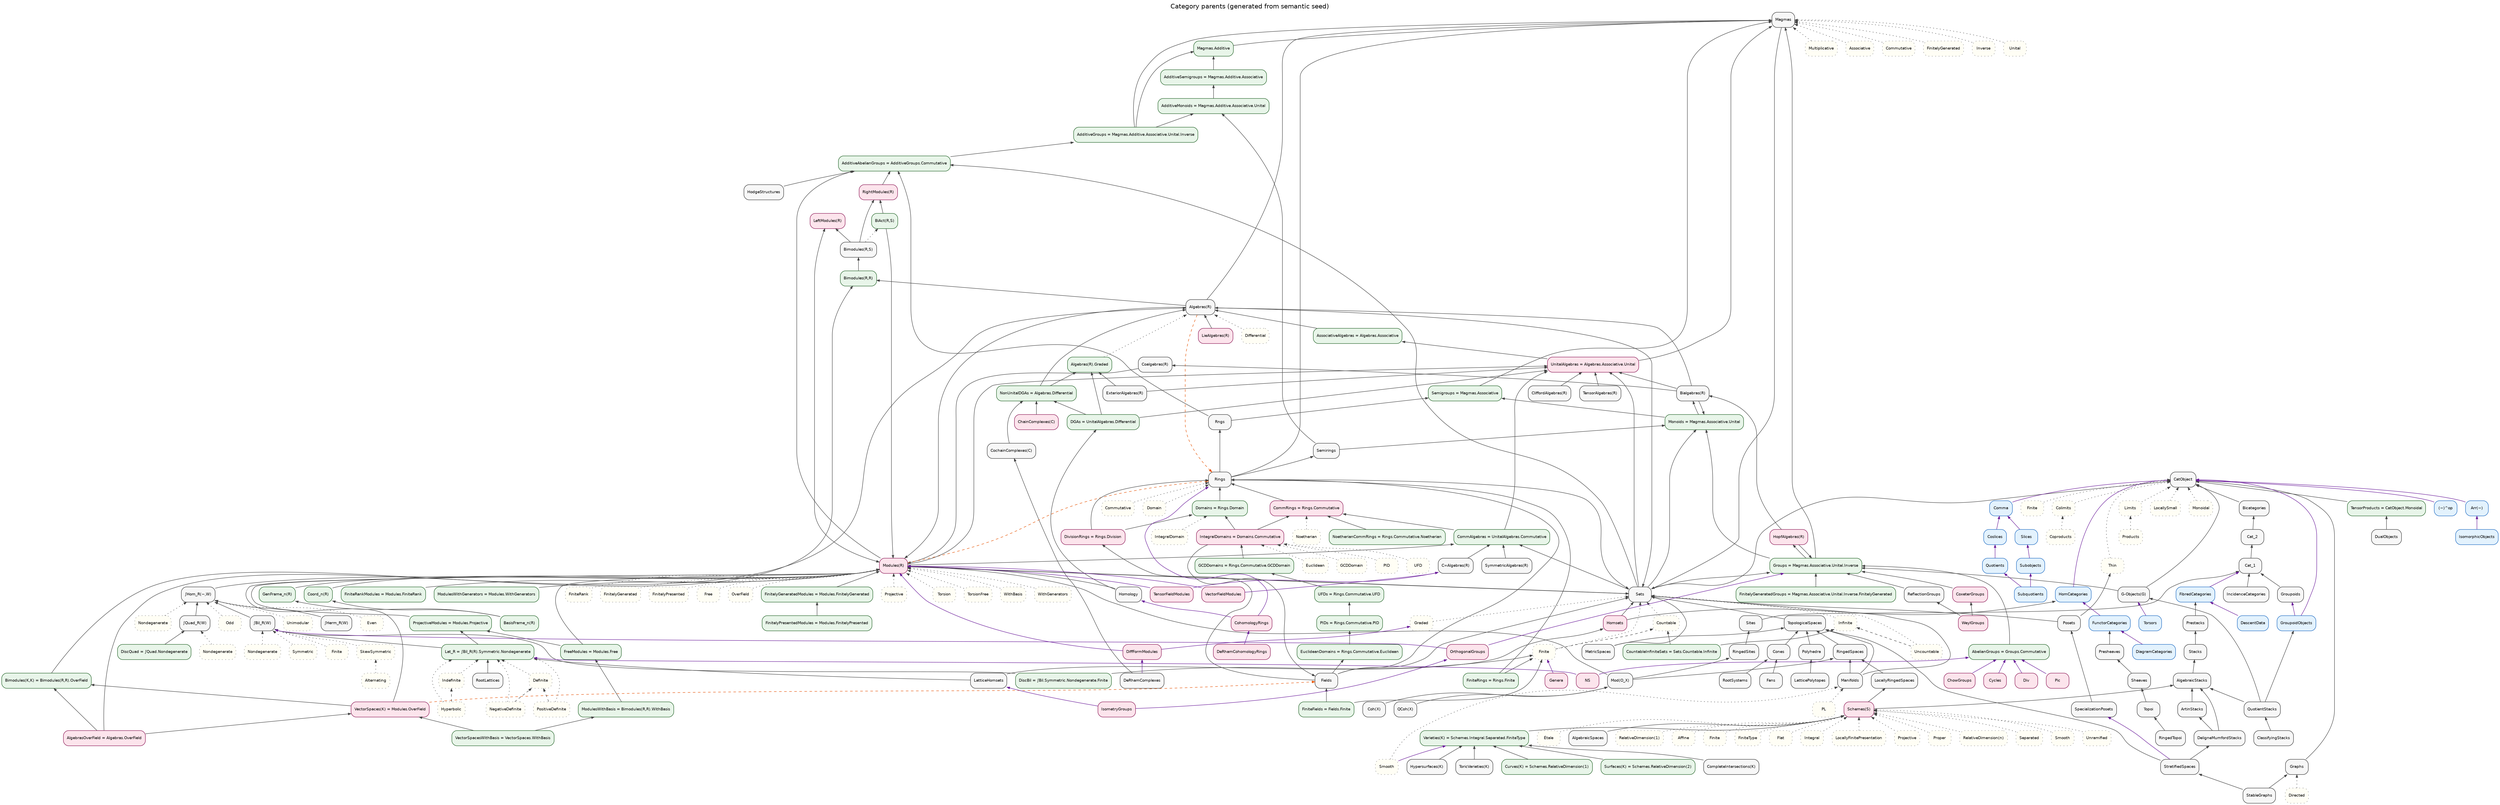
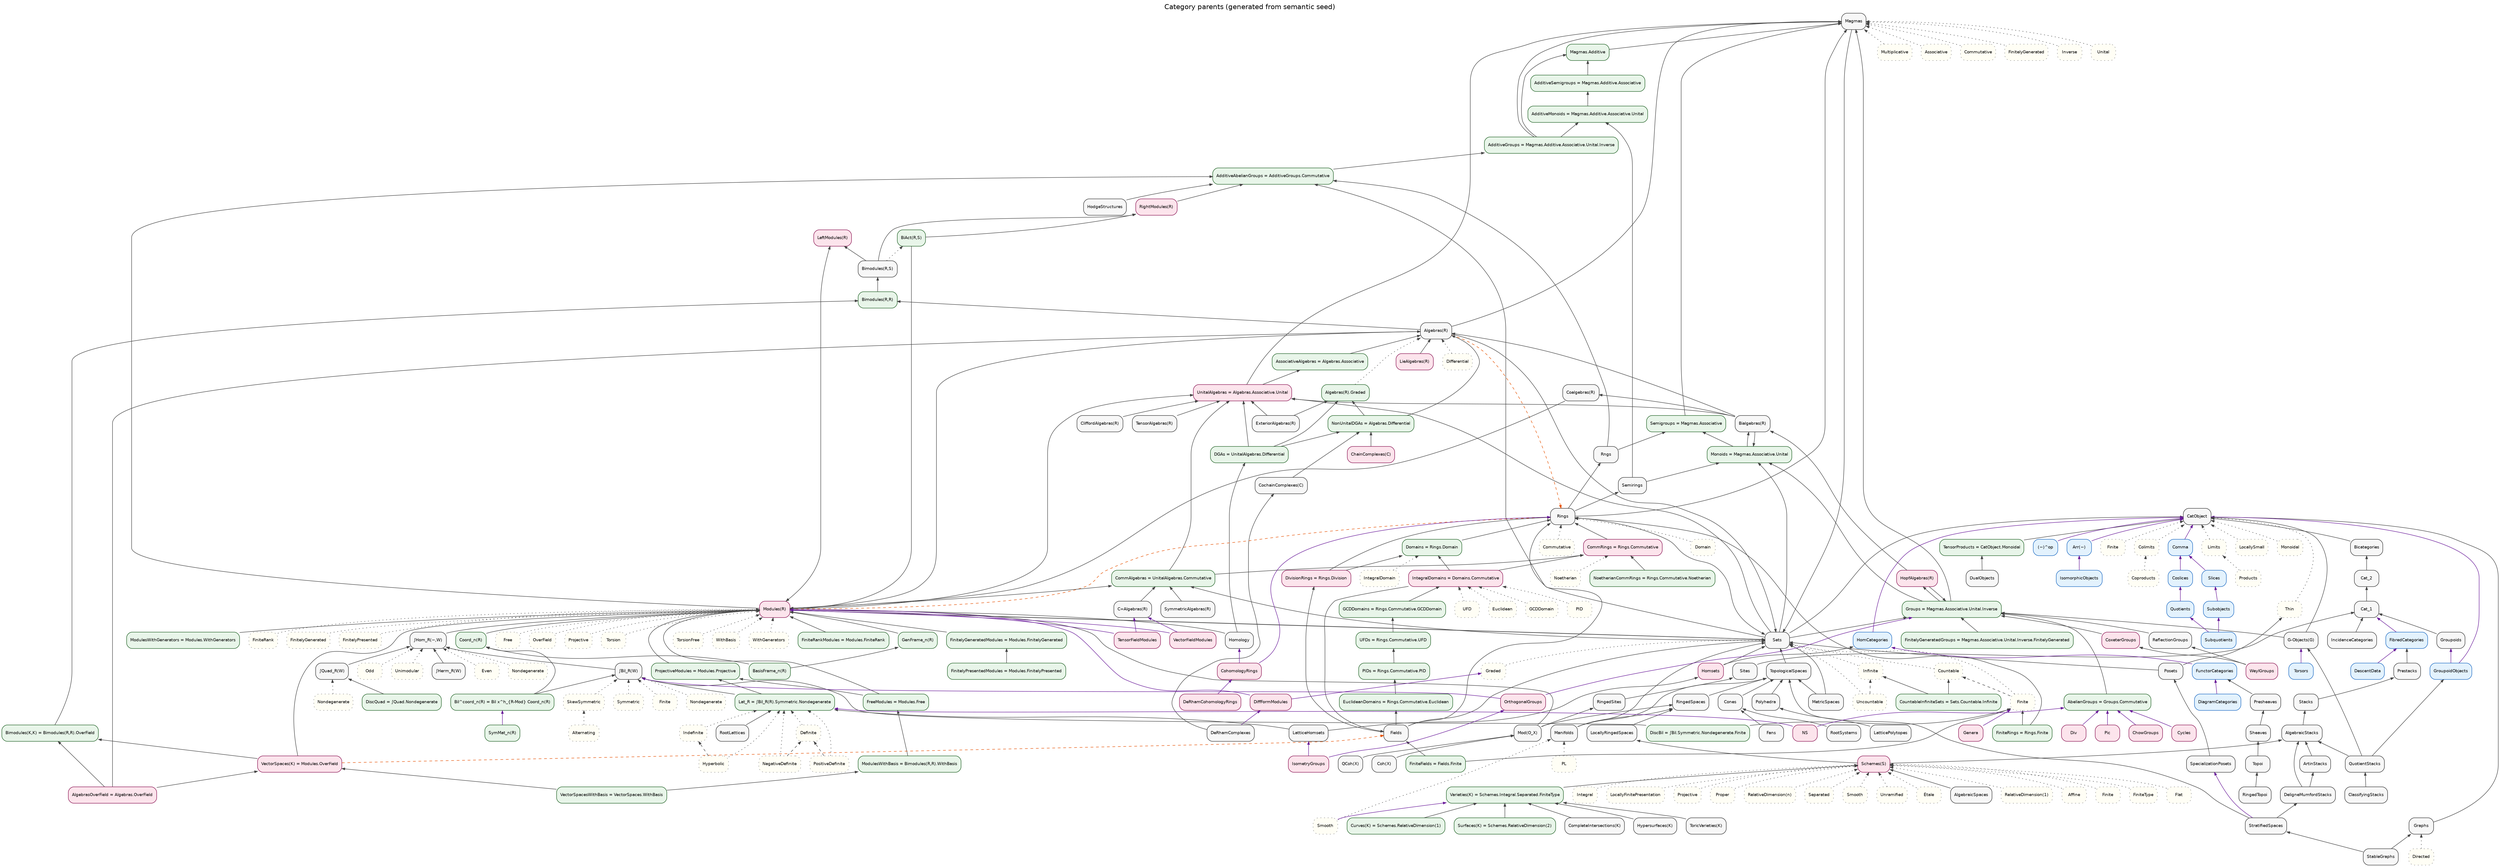
// GENERATED from semantic_seed/ — semantic presentation view.
// Authoritative: design/normalized_category_graph/semantic_seed/
// Factory/viz layout: category_parent_graph.dot (hand; see .hand.dot)

digraph CategoryParents {
  graph [
    rankdir=BT
    labelloc=t
    label="Category parents (generated from semantic seed)"
    fontsize=15
    fontname="Helvetica"
    nodesep=0.28
    ranksep=0.45
    splines=true
  ];
  node [
    shape=box
    style="rounded,filled"
    fontname="Helvetica"
    fontsize=9
    fillcolor="#f7f7f7"
    color="#333333"
  ];
  edge [color="#444444", arrowsize=0.65];

  // --- category_family ---
  AlgebraicSpaces [style="rounded,filled", fillcolor="#f7f7f7", color="#333333", id="cat.algebraicspaces", kind="category_family"];
  AlgebraicStacks [style="rounded,filled", fillcolor="#f7f7f7", color="#333333", id="cat.algebraicstacks", kind="category_family"];
  "Algebras(R)" [style="rounded,filled", fillcolor="#f7f7f7", color="#333333", id="cat.algebras_r", kind="category_family"];
  ArtinStacks [style="rounded,filled", fillcolor="#f7f7f7", color="#333333", id="cat.artinstacks", kind="category_family"];
  "Bialgebras(R)" [style="rounded,filled", fillcolor="#f7f7f7", color="#333333", id="cat.bialgebras_r", kind="category_family"];
  Bicategories [style="rounded,filled", fillcolor="#f7f7f7", color="#333333", id="cat.bicategories", kind="category_family"];
  "Bimodules(R,S)" [style="rounded,filled", fillcolor="#f7f7f7", color="#333333", id="cat.bimodules_r_s", kind="category_family"];
  CatObject [style="rounded,filled", fillcolor="#f7f7f7", color="#333333", id="cat.cat_object", kind="category_family"];
  Cat_1 [style="rounded,filled", fillcolor="#f7f7f7", color="#333333", id="cat.cat_1", kind="category_family"];
  Cat_2 [style="rounded,filled", fillcolor="#f7f7f7", color="#333333", id="cat.cat_2", kind="category_family"];
  "ChainComplexes(C)" [style="rounded,filled", fillcolor="#f7f7f7", color="#333333", id="cat.chaincomplexes", kind="category_family"];
  ClassifyingStacks [style="rounded,filled", fillcolor="#f7f7f7", color="#333333", id="cat.classifyingstacks", kind="category_family"];
  "CliffordAlgebras(R)" [style="rounded,filled", fillcolor="#f7f7f7", color="#333333", id="cat.cliffordalgebras", kind="category_family"];
  "Coalgebras(R)" [style="rounded,filled", fillcolor="#f7f7f7", color="#333333", id="cat.coalgebras_r", kind="category_family"];
  "CochainComplexes(C)" [style="rounded,filled", fillcolor="#f7f7f7", color="#333333", id="cat.cochaincomplexes", kind="category_family"];
  "Coh(X)" [style="rounded,filled", fillcolor="#f7f7f7", color="#333333", id="cat.coh", kind="category_family"];
  "CompleteIntersections(K)" [style="rounded,filled", fillcolor="#f7f7f7", color="#333333", id="cat.completeintersections", kind="category_family"];
  Cones [style="rounded,filled", fillcolor="#f7f7f7", color="#333333", id="cat.cones", kind="category_family"];
  CoxeterGroups [style="rounded,filled", fillcolor="#f7f7f7", color="#333333", id="cat.coxeter_groups", kind="category_family"];
  "C∞Algebras(R)" [style="rounded,filled", fillcolor="#f7f7f7", color="#333333", id="cat.cinftyalgebras", kind="category_family"];
  DeRhamComplexes [style="rounded,filled", fillcolor="#f7f7f7", color="#333333", id="cat.derhamcomplexes", kind="category_family"];
  DeligneMumfordStacks [style="rounded,filled", fillcolor="#f7f7f7", color="#333333", id="cat.delignemumfordstacks", kind="category_family"];
  DualObjects [style="rounded,filled", fillcolor="#f7f7f7", color="#333333", id="cat.dualobjects", kind="category_family"];
  "ExteriorAlgebras(R)" [style="rounded,filled", fillcolor="#f7f7f7", color="#333333", id="cat.exterioralgebras", kind="category_family"];
  Fans [style="rounded,filled", fillcolor="#f7f7f7", color="#333333", id="cat.fans", kind="category_family"];
  Fields [style="rounded,filled", fillcolor="#f7f7f7", color="#333333", id="cat.fields", kind="category_family"];
  "G-Objects(G)" [style="rounded,filled", fillcolor="#f7f7f7", color="#333333", id="cat.g_objects", kind="category_family"];
  Graphs [style="rounded,filled", fillcolor="#f7f7f7", color="#333333", id="cat.graphs", kind="category_family"];
  Groupoids [style="rounded,filled", fillcolor="#f7f7f7", color="#333333", id="cat.groupoids", kind="category_family"];
  HodgeStructures [style="rounded,filled", fillcolor="#f7f7f7", color="#333333", id="cat.hodgestructures", kind="category_family"];
  Homology [style="rounded,filled", fillcolor="#f7f7f7", color="#333333", id="cat.homology", kind="category_family"];
  Homsets [style="rounded,filled", fillcolor="#f7f7f7", color="#333333", id="cat.homsets", kind="category_family"];
  "HopfAlgebras(R)" [style="rounded,filled", fillcolor="#f7f7f7", color="#333333", id="cat.hopf_algebras_r", kind="category_family"];
  "Hypersurfaces(K)" [style="rounded,filled", fillcolor="#f7f7f7", color="#333333", id="cat.hypersurfaces", kind="category_family"];
  IncidenceCategories [style="rounded,filled", fillcolor="#f7f7f7", color="#333333", id="cat.incidencecategories", kind="category_family"];
  LatticeHomsets [style="rounded,filled", fillcolor="#f7f7f7", color="#333333", id="cat.latticehomsets", kind="category_family"];
  LatticePolytopes [style="rounded,filled", fillcolor="#f7f7f7", color="#333333", id="cat.latticepolytopes", kind="category_family"];
  "LieAlgebras(R)" [style="rounded,filled", fillcolor="#f7f7f7", color="#333333", id="cat.lie_algebras_r", kind="category_family"];
  LocallyRingedSpaces [style="rounded,filled", fillcolor="#f7f7f7", color="#333333", id="cat.locallyringedspaces", kind="category_family"];
  Magmas [style="rounded,filled", fillcolor="#f7f7f7", color="#333333", id="cat.magmas", kind="category_family"];
  Manifolds [style="rounded,filled", fillcolor="#f7f7f7", color="#333333", id="cat.manifolds", kind="category_family"];
  MetricSpaces [style="rounded,filled", fillcolor="#f7f7f7", color="#333333", id="cat.metricspaces", kind="category_family"];
  "Mod(O_X)" [style="rounded,filled", fillcolor="#f7f7f7", color="#333333", id="cat.mod", kind="category_family"];
  "Modules(R)" [style="rounded,filled", fillcolor="#f7f7f7", color="#333333", id="cat.modules_r", kind="category_family"];
  Polyhedra [style="rounded,filled", fillcolor="#f7f7f7", color="#333333", id="cat.polyhedra", kind="category_family"];
  Posets [style="rounded,filled", fillcolor="#f7f7f7", color="#333333", id="cat.posets", kind="category_family"];
  Presheaves [style="rounded,filled", fillcolor="#f7f7f7", color="#333333", id="cat.presheaves", kind="category_family"];
  Prestacks [style="rounded,filled", fillcolor="#f7f7f7", color="#333333", id="cat.prestacks", kind="category_family"];
  "QCoh(X)" [style="rounded,filled", fillcolor="#f7f7f7", color="#333333", id="cat.qcoh", kind="category_family"];
  QuotientStacks [style="rounded,filled", fillcolor="#f7f7f7", color="#333333", id="cat.quotientstacks", kind="category_family"];
  ReflectionGroups [style="rounded,filled", fillcolor="#f7f7f7", color="#333333", id="cat.reflectiongroups", kind="category_family"];
  RingedSites [style="rounded,filled", fillcolor="#f7f7f7", color="#333333", id="cat.ringedsites", kind="category_family"];
  RingedSpaces [style="rounded,filled", fillcolor="#f7f7f7", color="#333333", id="cat.ringedspaces", kind="category_family"];
  RingedTopoi [style="rounded,filled", fillcolor="#f7f7f7", color="#333333", id="cat.ringedtopoi", kind="category_family"];
  Rings [style="rounded,filled", fillcolor="#f7f7f7", color="#333333", id="cat.rings", kind="category_family"];
  Rngs [style="rounded,filled", fillcolor="#f7f7f7", color="#333333", id="cat.rngs", kind="category_family"];
  RootLattices [style="rounded,filled", fillcolor="#f7f7f7", color="#333333", id="cat.rootlattices", kind="category_family"];
  RootSystems [style="rounded,filled", fillcolor="#f7f7f7", color="#333333", id="cat.rootsystems", kind="category_family"];
  "Schemes(S)" [style="rounded,filled", fillcolor="#f7f7f7", color="#333333", id="cat.schemes_s", kind="category_family"];
  Semirings [style="rounded,filled", fillcolor="#f7f7f7", color="#333333", id="cat.semirings", kind="category_family"];
  Sets [style="rounded,filled", fillcolor="#f7f7f7", color="#333333", id="cat.sets", kind="category_family"];
  Sheaves [style="rounded,filled", fillcolor="#f7f7f7", color="#333333", id="cat.sheaves", kind="category_family"];
  Sites [style="rounded,filled", fillcolor="#f7f7f7", color="#333333", id="cat.sites", kind="category_family"];
  SpecializationPosets [style="rounded,filled", fillcolor="#f7f7f7", color="#333333", id="cat.specializationposets", kind="category_family"];
  StableGraphs [style="rounded,filled", fillcolor="#f7f7f7", color="#333333", id="cat.stablegraphs", kind="category_family"];
  Stacks [style="rounded,filled", fillcolor="#f7f7f7", color="#333333", id="cat.stacks", kind="category_family"];
  StratifiedSpaces [style="rounded,filled", fillcolor="#f7f7f7", color="#333333", id="cat.stratifiedspaces", kind="category_family"];
  "SymmetricAlgebras(R)" [style="rounded,filled", fillcolor="#f7f7f7", color="#333333", id="cat.symmetricalgebras", kind="category_family"];
  "TensorAlgebras(R)" [style="rounded,filled", fillcolor="#f7f7f7", color="#333333", id="cat.tensoralgebras", kind="category_family"];
  Topoi [style="rounded,filled", fillcolor="#f7f7f7", color="#333333", id="cat.topoi", kind="category_family"];
  TopologicalSpaces [style="rounded,filled", fillcolor="#f7f7f7", color="#333333", id="cat.topologicalspaces", kind="category_family"];
  "ToricVarieties(K)" [style="rounded,filled", fillcolor="#f7f7f7", color="#333333", id="cat.toricvarieties", kind="category_family"];
  WeylGroups [style="rounded,filled", fillcolor="#f7f7f7", color="#333333", id="cat.weyl_groups", kind="category_family"];
  "∫Bil_R(W)" [style="rounded,filled", fillcolor="#f7f7f7", color="#333333", id="cat.int_bil_r", kind="category_family"];
  "∫Herm_R(W)" [style="rounded,filled", fillcolor="#f7f7f7", color="#333333", id="cat.int_herm_r", kind="category_family"];
  "∫Hom_R(−,W)" [style="rounded,filled", fillcolor="#f7f7f7", color="#333333", id="cat.int_hom_r", kind="category_family"];
  "∫Quad_R(W)" [style="rounded,filled", fillcolor="#f7f7f7", color="#333333", id="cat.int_quad_r", kind="category_family"];

  // --- derived_category ---
  "AbelianGroups = Groups.Commutative" [style="rounded,filled", fillcolor="#e8f5e9", color="#1b5e20", id="cat.abelian_groups", kind="derived_category"];
  "AdditiveAbelianGroups = AdditiveGroups.Commutative" [style="rounded,filled", fillcolor="#e8f5e9", color="#1b5e20", id="cat.additive_abelian_groups", kind="derived_category"];
  "AdditiveGroups = Magmas.Additive.Associative.Unital.Inverse" [style="rounded,filled", fillcolor="#e8f5e9", color="#1b5e20", id="cat.additive_groups", kind="derived_category"];
  "AdditiveMonoids = Magmas.Additive.Associative.Unital" [style="rounded,filled", fillcolor="#e8f5e9", color="#1b5e20", id="cat.additive_monoids", kind="derived_category"];
  "AdditiveSemigroups = Magmas.Additive.Associative" [style="rounded,filled", fillcolor="#e8f5e9", color="#1b5e20", id="cat.additive_semigroups", kind="derived_category"];
  "Algebras(R).Graded" [style="rounded,filled", fillcolor="#e8f5e9", color="#1b5e20", id="cat.algebras_r.graded", kind="derived_category"];
  "AlgebrasOverField = Algebras.OverField" [style="rounded,filled", fillcolor="#e8f5e9", color="#1b5e20", id="cat.algebras_over_field", kind="derived_category"];
  "AssociativeAlgebras = Algebras.Associative" [style="rounded,filled", fillcolor="#e8f5e9", color="#1b5e20", id="cat.associativealgebras", kind="derived_category"];
  "BasisFrame_n(R)" [style="rounded,filled", fillcolor="#e8f5e9", color="#1b5e20", id="cat.basisframe_n_r", kind="derived_category"];
  "BiAct(R,S)" [style="rounded,filled", fillcolor="#e8f5e9", color="#1b5e20", id="cat.biact_r_s", kind="derived_category"];
+   "Bil^coord_n(R) = Bil x^h_{R-Mod} Coord_n(R)" [style="rounded,filled", fillcolor="#e8f5e9", color="#1b5e20", id="cat.bil_coord_n_r", kind="derived_category"];
  "Bimodules(K,K) = Bimodules(R,R).OverField" [style="rounded,filled", fillcolor="#e8f5e9", color="#1b5e20", id="cat.bimodules_k_k", kind="derived_category"];
  "Bimodules(R,R)" [style="rounded,filled", fillcolor="#e8f5e9", color="#1b5e20", id="cat.bimodules_r_r", kind="derived_category"];
  "CommAlgebras = UnitalAlgebras.Commutative" [style="rounded,filled", fillcolor="#e8f5e9", color="#1b5e20", id="cat.commutative_algebras", kind="derived_category"];
  "CommRings = Rings.Commutative" [style="rounded,filled", fillcolor="#e8f5e9", color="#1b5e20", id="cat.commutative_rings", kind="derived_category"];
  "Coord_n(R)" [style="rounded,filled", fillcolor="#e8f5e9", color="#1b5e20", id="cat.coord_n_r", kind="derived_category"];
  "CountableInfiniteSets = Sets.Countable.Infinite" [style="rounded,filled", fillcolor="#e8f5e9", color="#1b5e20", id="cat.countableinfinitesets", kind="derived_category"];
  "Curves(K) = Schemes.RelativeDimension(1)" [style="rounded,filled", fillcolor="#e8f5e9", color="#1b5e20", id="cat.curves", kind="derived_category"];
  "DGAs = UnitalAlgebras.Differential" [style="rounded,filled", fillcolor="#e8f5e9", color="#1b5e20", id="cat.dgas", kind="derived_category"];
  "DiscBil = ∫Bil.Symmetric.Nondegenerate.Finite" [style="rounded,filled", fillcolor="#e8f5e9", color="#1b5e20", id="cat.discbil", kind="derived_category"];
  "DiscQuad = ∫Quad.Nondegenerate" [style="rounded,filled", fillcolor="#e8f5e9", color="#1b5e20", id="cat.discquad", kind="derived_category"];
  "DivisionRings = Rings.Division" [style="rounded,filled", fillcolor="#e8f5e9", color="#1b5e20", id="cat.division_rings", kind="derived_category"];
  "Domains = Rings.Domain" [style="rounded,filled", fillcolor="#e8f5e9", color="#1b5e20", id="cat.domains", kind="derived_category"];
  "EuclideanDomains = Rings.Commutative.Euclidean" [style="rounded,filled", fillcolor="#e8f5e9", color="#1b5e20", id="cat.euclidean_domains", kind="derived_category"];
  "FiniteFields = Fields.Finite" [style="rounded,filled", fillcolor="#e8f5e9", color="#1b5e20", id="cat.finite_fields", kind="derived_category"];
  "FiniteRankModules = Modules.FiniteRank" [style="rounded,filled", fillcolor="#e8f5e9", color="#1b5e20", id="cat.finiterankmodules", kind="derived_category"];
  "FiniteRings = Rings.Finite" [style="rounded,filled", fillcolor="#e8f5e9", color="#1b5e20", id="cat.finite_rings", kind="derived_category"];
  "FinitelyGeneratedGroups = Magmas.Associative.Unital.Inverse.FinitelyGenerated" [style="rounded,filled", fillcolor="#e8f5e9", color="#1b5e20", id="cat.finitelygeneratedgroups", kind="derived_category"];
  "FinitelyGeneratedModules = Modules.FinitelyGenerated" [style="rounded,filled", fillcolor="#e8f5e9", color="#1b5e20", id="cat.finitelygeneratedmodules", kind="derived_category"];
  "FinitelyPresentedModules = Modules.FinitelyPresented" [style="rounded,filled", fillcolor="#e8f5e9", color="#1b5e20", id="cat.finitelypresentedmodules", kind="derived_category"];
  "FreeModules = Modules.Free" [style="rounded,filled", fillcolor="#e8f5e9", color="#1b5e20", id="cat.freemodules", kind="derived_category"];
  "GCDDomains = Rings.Commutative.GCDDomain" [style="rounded,filled", fillcolor="#e8f5e9", color="#1b5e20", id="cat.gcd_domains", kind="derived_category"];
  "GenFrame_n(R)" [style="rounded,filled", fillcolor="#e8f5e9", color="#1b5e20", id="cat.genframe_n_r", kind="derived_category"];
  "Groups = Magmas.Associative.Unital.Inverse" [style="rounded,filled", fillcolor="#e8f5e9", color="#1b5e20", id="cat.groups", kind="derived_category"];
  "IntegralDomains = Domains.Commutative" [style="rounded,filled", fillcolor="#e8f5e9", color="#1b5e20", id="cat.integral_domains", kind="derived_category"];
  "Lat_R = ∫Bil_R(R).Symmetric.Nondegenerate" [style="rounded,filled", fillcolor="#e8f5e9", color="#1b5e20", id="cat.lat_r", kind="derived_category"];
  "Magmas.Additive" [style="rounded,filled", fillcolor="#e8f5e9", color="#1b5e20", id="cat.additive_magmas", kind="derived_category"];
  "ModulesWithBasis = Bimodules(R,R).WithBasis" [style="rounded,filled", fillcolor="#e8f5e9", color="#1b5e20", id="cat.modules_with_basis", kind="derived_category"];
  "ModulesWithGenerators = Modules.WithGenerators" [style="rounded,filled", fillcolor="#e8f5e9", color="#1b5e20", id="cat.moduleswithgenerators", kind="derived_category"];
  "Monoids = Magmas.Associative.Unital" [style="rounded,filled", fillcolor="#e8f5e9", color="#1b5e20", id="cat.monoids", kind="derived_category"];
  "NoetherianCommRings = Rings.Commutative.Noetherian" [style="rounded,filled", fillcolor="#e8f5e9", color="#1b5e20", id="cat.noetheriancommrings", kind="derived_category"];
  "NonUnitalDGAs = Algebras.Differential" [style="rounded,filled", fillcolor="#e8f5e9", color="#1b5e20", id="cat.nonunitaldgas", kind="derived_category"];
  "PIDs = Rings.Commutative.PID" [style="rounded,filled", fillcolor="#e8f5e9", color="#1b5e20", id="cat.pids", kind="derived_category"];
  "ProjectiveModules = Modules.Projective" [style="rounded,filled", fillcolor="#e8f5e9", color="#1b5e20", id="cat.projectivemodules", kind="derived_category"];
  "RightModules(R)" [style="rounded,filled", fillcolor="#e8f5e9", color="#1b5e20", id="cat.right_modules_r", kind="derived_category"];
  "Semigroups = Magmas.Associative" [style="rounded,filled", fillcolor="#e8f5e9", color="#1b5e20", id="cat.semigroups", kind="derived_category"];
  "Surfaces(K) = Schemes.RelativeDimension(2)" [style="rounded,filled", fillcolor="#e8f5e9", color="#1b5e20", id="cat.surfaces", kind="derived_category"];
+   "SymMat_n(R)" [style="rounded,filled", fillcolor="#e8f5e9", color="#1b5e20", id="cat.symmat_n_r", kind="derived_category"];
  "TensorProducts = CatObject.Monoidal" [style="rounded,filled", fillcolor="#e8f5e9", color="#1b5e20", id="cat.tensorproducts", kind="derived_category"];
  "UFDs = Rings.Commutative.UFD" [style="rounded,filled", fillcolor="#e8f5e9", color="#1b5e20", id="cat.ufds", kind="derived_category"];
  "UnitalAlgebras = Algebras.Associative.Unital" [style="rounded,filled", fillcolor="#e8f5e9", color="#1b5e20", id="cat.unital_algebras", kind="derived_category"];
  "Varieties(K) = Schemes.Integral.Separated.FiniteType" [style="rounded,filled", fillcolor="#e8f5e9", color="#1b5e20", id="cat.varieties", kind="derived_category"];
  "VectorSpaces(K) = Modules.OverField" [style="rounded,filled", fillcolor="#e8f5e9", color="#1b5e20", id="cat.vector_spaces_k", kind="derived_category"];
  "VectorSpacesWithBasis = VectorSpaces.WithBasis" [style="rounded,filled", fillcolor="#e8f5e9", color="#1b5e20", id="cat.vectorspaceswithbasis", kind="derived_category"];

  // --- category_constructor ---
  "(−)^op" [style="rounded,filled", fillcolor="#e3f2fd", color="#1565c0", id="ctor.op", kind="category_constructor"];
  "Arr(−)" [style="rounded,filled", fillcolor="#e3f2fd", color="#1565c0", id="ctor.arr", kind="category_constructor"];
  Comma [style="rounded,filled", fillcolor="#e3f2fd", color="#1565c0", id="ctor.comma", kind="category_constructor"];
  Coslices [style="rounded,filled", fillcolor="#e3f2fd", color="#1565c0", id="ctor.coslices", kind="category_constructor"];
  DescentData [style="rounded,filled", fillcolor="#e3f2fd", color="#1565c0", id="ctor.descentdata", kind="category_constructor"];
  DiagramCategories [style="rounded,filled", fillcolor="#e3f2fd", color="#1565c0", id="ctor.diagramcategories", kind="category_constructor"];
  FibredCategories [style="rounded,filled", fillcolor="#e3f2fd", color="#1565c0", id="ctor.fibredcategories", kind="category_constructor"];
  FunctorCategories [style="rounded,filled", fillcolor="#e3f2fd", color="#1565c0", id="ctor.functorcategories", kind="category_constructor"];
  GroupoidObjects [style="rounded,filled", fillcolor="#e3f2fd", color="#1565c0", id="ctor.groupoidobjects", kind="category_constructor"];
  HomCategories [style="rounded,filled", fillcolor="#e3f2fd", color="#1565c0", id="ctor.homcategories", kind="category_constructor"];
  IsomorphicObjects [style="rounded,filled", fillcolor="#e3f2fd", color="#1565c0", id="ctor.isomorphicobjects", kind="category_constructor"];
  Quotients [style="rounded,filled", fillcolor="#e3f2fd", color="#1565c0", id="ctor.quotients", kind="category_constructor"];
  Slices [style="rounded,filled", fillcolor="#e3f2fd", color="#1565c0", id="ctor.slices", kind="category_constructor"];
  Subobjects [style="rounded,filled", fillcolor="#e3f2fd", color="#1565c0", id="ctor.subobjects", kind="category_constructor"];
  Subquotients [style="rounded,filled", fillcolor="#e3f2fd", color="#1565c0", id="ctor.subquotients", kind="category_constructor"];
  Torsors [style="rounded,filled", fillcolor="#e3f2fd", color="#1565c0", id="ctor.torsors", kind="category_constructor"];

  // --- classifier_domain ---
  "CatObject.Colimits" [style="rounded,filled,dotted", fillcolor="#fffef5", color="#888888", id="clf.catobject_colimits", kind="classifier_domain", label="Colimits"];
  "CatObject.Coproducts" [style="rounded,filled,dotted", fillcolor="#fffef5", color="#888888", id="clf.catobject_coproducts", kind="classifier_domain", label="Coproducts"];
  "CatObject.Finite" [style="rounded,filled,dotted", fillcolor="#fffef5", color="#888888", id="clf.catobject_finite", kind="classifier_domain", label="Finite"];
  "CatObject.Limits" [style="rounded,filled,dotted", fillcolor="#fffef5", color="#888888", id="clf.catobject_limits", kind="classifier_domain", label="Limits"];
  "CatObject.LocallySmall" [style="rounded,filled,dotted", fillcolor="#fffef5", color="#888888", id="clf.catobject_locallysmall", kind="classifier_domain", label="LocallySmall"];
  "CatObject.Products" [style="rounded,filled,dotted", fillcolor="#fffef5", color="#888888", id="clf.catobject_products", kind="classifier_domain", label="Products"];
  "CatObject.Thin" [style="rounded,filled,dotted", fillcolor="#fffef5", color="#888888", id="clf.catobject_thin", kind="classifier_domain", label="Thin"];
  "Graphs.Directed" [style="rounded,filled,dotted", fillcolor="#fffef5", color="#888888", id="clf.graphs_directed", kind="classifier_domain", label="Directed"];
  "Lat.Definite" [style="rounded,filled,dotted", fillcolor="#fffef5", color="#888888", id="clf.lat_definite", kind="classifier_domain", label="Definite"];
  "Lat.Hyperbolic" [style="rounded,filled,dotted", fillcolor="#fffef5", color="#888888", id="clf.lat_hyperbolic", kind="classifier_domain", label="Hyperbolic"];
  "Lat.Indefinite" [style="rounded,filled,dotted", fillcolor="#fffef5", color="#888888", id="clf.lat_indefinite", kind="classifier_domain", label="Indefinite"];
  "Lat.NegativeDefinite" [style="rounded,filled,dotted", fillcolor="#fffef5", color="#888888", id="clf.lat_negativedefinite", kind="classifier_domain", label="NegativeDefinite"];
  "Lat.PositiveDefinite" [style="rounded,filled,dotted", fillcolor="#fffef5", color="#888888", id="clf.lat_positivedefinite", kind="classifier_domain", label="PositiveDefinite"];
  "Magmas.Multiplicative" [style="rounded,filled,dotted", fillcolor="#fffef5", color="#888888", id="clf.magmas_multiplicative", kind="classifier_domain", label="Multiplicative"];
  "Manifolds.PL" [style="rounded,filled,dotted", fillcolor="#fffef5", color="#888888", id="clf.manifolds_pl", kind="classifier_domain", label="PL"];
  "Manifolds.Smooth" [style="rounded,filled,dotted", fillcolor="#fffef5", color="#888888", id="clf.manifolds_smooth", kind="classifier_domain", label="Smooth"];
  "Modules.FiniteRank" [style="rounded,filled,dotted", fillcolor="#fffef5", color="#888888", id="clf.modules_finiterank", kind="classifier_domain", label="FiniteRank"];
  "Modules.FinitelyGenerated" [style="rounded,filled,dotted", fillcolor="#fffef5", color="#888888", id="clf.modules_finitelygenerated", kind="classifier_domain", label="FinitelyGenerated"];
  "Modules.FinitelyPresented" [style="rounded,filled,dotted", fillcolor="#fffef5", color="#888888", id="clf.modules_finitelypresented", kind="classifier_domain", label="FinitelyPresented"];
  "Modules.Free" [style="rounded,filled,dotted", fillcolor="#fffef5", color="#888888", id="clf.modules_free", kind="classifier_domain", label="Free"];
  "Modules.OverField" [style="rounded,filled,dotted", fillcolor="#fffef5", color="#888888", id="clf.modules.over_field.domain", kind="classifier_domain", label="OverField"];
  "Modules.Projective" [style="rounded,filled,dotted", fillcolor="#fffef5", color="#888888", id="clf.modules_projective", kind="classifier_domain", label="Projective"];
  "Modules.Torsion" [style="rounded,filled,dotted", fillcolor="#fffef5", color="#888888", id="clf.modules_torsion", kind="classifier_domain", label="Torsion"];
  "Modules.TorsionFree" [style="rounded,filled,dotted", fillcolor="#fffef5", color="#888888", id="clf.modules_torsionfree", kind="classifier_domain", label="TorsionFree"];
  "Modules.WithBasis" [style="rounded,filled,dotted", fillcolor="#fffef5", color="#888888", id="clf.modules.with_basis.domain", kind="classifier_domain", label="WithBasis"];
  "Modules.WithGenerators" [style="rounded,filled,dotted", fillcolor="#fffef5", color="#888888", id="clf.modules_withgenerators", kind="classifier_domain", label="WithGenerators"];
  "Rings.Commutative" [style="rounded,filled,dotted", fillcolor="#fffef5", color="#888888", id="clf.rings.commutative.domain", kind="classifier_domain", label="Commutative"];
  "Schemes(S).RelativeDimension(1)" [style="rounded,filled,dotted", fillcolor="#fffef5", color="#888888", id="clf.schemes_s.relativedimension.domain", kind="classifier_domain", label="RelativeDimension(1)"];
  "Schemes.Affine" [style="rounded,filled,dotted", fillcolor="#fffef5", color="#888888", id="clf.schemes_affine", kind="classifier_domain", label="Affine"];
  "Schemes.Finite" [style="rounded,filled,dotted", fillcolor="#fffef5", color="#888888", id="clf.schemes_finite", kind="classifier_domain", label="Finite"];
  "Schemes.FiniteType" [style="rounded,filled,dotted", fillcolor="#fffef5", color="#888888", id="clf.schemes_finitetype", kind="classifier_domain", label="FiniteType"];
  "Schemes.Flat" [style="rounded,filled,dotted", fillcolor="#fffef5", color="#888888", id="clf.schemes_flat", kind="classifier_domain", label="Flat"];
  "Schemes.Integral" [style="rounded,filled,dotted", fillcolor="#fffef5", color="#888888", id="clf.schemes_integral", kind="classifier_domain", label="Integral"];
  "Schemes.LocallyFinitePresentation" [style="rounded,filled,dotted", fillcolor="#fffef5", color="#888888", id="clf.schemes_locallyfinitepresentation", kind="classifier_domain", label="LocallyFinitePresentation"];
  "Schemes.Projective" [style="rounded,filled,dotted", fillcolor="#fffef5", color="#888888", id="clf.schemes_projective", kind="classifier_domain", label="Projective"];
  "Schemes.Proper" [style="rounded,filled,dotted", fillcolor="#fffef5", color="#888888", id="clf.schemes_proper", kind="classifier_domain", label="Proper"];
  "Schemes.RelativeDimension(n)" [style="rounded,filled,dotted", fillcolor="#fffef5", color="#888888", id="clf.schemes_relativedimension", kind="classifier_domain", label="RelativeDimension(n)"];
  "Schemes.Separated" [style="rounded,filled,dotted", fillcolor="#fffef5", color="#888888", id="clf.schemes_separated", kind="classifier_domain", label="Separated"];
  "Schemes.Smooth" [style="rounded,filled,dotted", fillcolor="#fffef5", color="#888888", id="clf.schemes_smooth", kind="classifier_domain", label="Smooth"];
  "Schemes.Unramified" [style="rounded,filled,dotted", fillcolor="#fffef5", color="#888888", id="clf.schemes_unramified", kind="classifier_domain", label="Unramified"];
  "Schemes.Étale" [style="rounded,filled,dotted", fillcolor="#fffef5", color="#888888", id="clf.schemes_etale", kind="classifier_domain", label="Étale"];
  "Sets.Countable" [style="rounded,filled,dotted", fillcolor="#fffef5", color="#888888", id="clf.sets_countable", kind="classifier_domain", label="Countable"];
  "Sets.Finite" [style="rounded,filled,dotted", fillcolor="#fffef5", color="#888888", id="clf.sets.finite.domain", kind="classifier_domain", label="Finite"];
  "Sets.Graded" [style="rounded,filled,dotted", fillcolor="#fffef5", color="#888888", id="clf.sets.graded.domain", kind="classifier_domain", label="Graded"];
  "Sets.Infinite" [style="rounded,filled,dotted", fillcolor="#fffef5", color="#888888", id="clf.sets_infinite", kind="classifier_domain", label="Infinite"];
  "Sets.Uncountable" [style="rounded,filled,dotted", fillcolor="#fffef5", color="#888888", id="clf.sets_uncountable", kind="classifier_domain", label="Uncountable"];
  "ax.Associative" [style="rounded,filled,dotted", fillcolor="#fffef5", color="#888888", id="clf.ax_associative", kind="classifier_domain", label="Associative"];
  "ax.Commutative" [style="rounded,filled,dotted", fillcolor="#fffef5", color="#888888", id="clf.ax_commutative", kind="classifier_domain", label="Commutative"];
  "ax.Differential" [style="rounded,filled,dotted", fillcolor="#fffef5", color="#888888", id="clf.ax_differential", kind="classifier_domain", label="Differential"];
  "ax.Domain" [style="rounded,filled,dotted", fillcolor="#fffef5", color="#888888", id="clf.ax_domain", kind="classifier_domain", label="Domain"];
  "ax.Euclidean" [style="rounded,filled,dotted", fillcolor="#fffef5", color="#888888", id="clf.ax_euclidean", kind="classifier_domain", label="Euclidean"];
  "ax.FinitelyGenerated" [style="rounded,filled,dotted", fillcolor="#fffef5", color="#888888", id="clf.ax_finitelygenerated", kind="classifier_domain", label="FinitelyGenerated"];
  "ax.GCDDomain" [style="rounded,filled,dotted", fillcolor="#fffef5", color="#888888", id="clf.ax_gcddomain", kind="classifier_domain", label="GCDDomain"];
  "ax.IntegralDomain" [style="rounded,filled,dotted", fillcolor="#fffef5", color="#888888", id="clf.ax_integraldomain", kind="classifier_domain", label="IntegralDomain"];
  "ax.Inverse" [style="rounded,filled,dotted", fillcolor="#fffef5", color="#888888", id="clf.ax_inverse", kind="classifier_domain", label="Inverse"];
  "ax.Monoidal" [style="rounded,filled,dotted", fillcolor="#fffef5", color="#888888", id="clf.ax_monoidal", kind="classifier_domain", label="Monoidal"];
  "ax.Noetherian" [style="rounded,filled,dotted", fillcolor="#fffef5", color="#888888", id="clf.ax_noetherian", kind="classifier_domain", label="Noetherian"];
  "ax.PID" [style="rounded,filled,dotted", fillcolor="#fffef5", color="#888888", id="clf.ax_pid", kind="classifier_domain", label="PID"];
  "ax.UFD" [style="rounded,filled,dotted", fillcolor="#fffef5", color="#888888", id="clf.ax_ufd", kind="classifier_domain", label="UFD"];
  "ax.Unital" [style="rounded,filled,dotted", fillcolor="#fffef5", color="#888888", id="clf.ax_unital", kind="classifier_domain", label="Unital"];
  "∫Bil.Alternating" [style="rounded,filled,dotted", fillcolor="#fffef5", color="#888888", id="clf.int_bil_alternating", kind="classifier_domain", label="Alternating"];
  "∫Bil.SkewSymmetric" [style="rounded,filled,dotted", fillcolor="#fffef5", color="#888888", id="clf.int_bil_skewsymmetric", kind="classifier_domain", label="SkewSymmetric"];
  "∫Bil.Symmetric" [style="rounded,filled,dotted", fillcolor="#fffef5", color="#888888", id="clf.int_bil_symmetric", kind="classifier_domain", label="Symmetric"];
  "∫Bil_R(W).Finite" [style="rounded,filled,dotted", fillcolor="#fffef5", color="#888888", id="clf.int_bil_r.finite.domain", kind="classifier_domain", label="Finite"];
  "∫Bil_R(W).Nondegenerate" [style="rounded,filled,dotted", fillcolor="#fffef5", color="#888888", id="clf.int_bil_r.nondegenerate.domain", kind="classifier_domain", label="Nondegenerate"];
  "∫Hom.Even" [style="rounded,filled,dotted", fillcolor="#fffef5", color="#888888", id="clf.int_hom_even", kind="classifier_domain", label="Even"];
  "∫Hom.Nondegenerate" [style="rounded,filled,dotted", fillcolor="#fffef5", color="#888888", id="clf.int_hom_nondegenerate", kind="classifier_domain", label="Nondegenerate"];
  "∫Hom.Odd" [style="rounded,filled,dotted", fillcolor="#fffef5", color="#888888", id="clf.int_hom_odd", kind="classifier_domain", label="Odd"];
  "∫Hom.Unimodular" [style="rounded,filled,dotted", fillcolor="#fffef5", color="#888888", id="clf.int_hom_unimodular", kind="classifier_domain", label="Unimodular"];
  "∫Quad_R(W).Nondegenerate" [style="rounded,filled,dotted", fillcolor="#fffef5", color="#888888", id="clf.int_quad_r.nondegenerate.domain", kind="classifier_domain", label="Nondegenerate"];

  // --- alias ---
  "AlgebrasOverField = Algebras.OverField" [style="rounded,filled", fillcolor="#fce4ec", color="#880e4f", id="cat.associativeunitalalgebras_k", kind="alias"];
  "ChainComplexes(C)" [style="rounded,filled", fillcolor="#fce4ec", color="#880e4f", id="cat.chaincomplexes_c", kind="alias"];
  ChowGroups [style="rounded,filled", fillcolor="#fce4ec", color="#880e4f", id="val.chowgroups", kind="alias"];
  CohomologyRings [style="rounded,filled", fillcolor="#fce4ec", color="#880e4f", id="val.cohomologyrings", kind="alias"];
  "CommRings = Rings.Commutative" [style="rounded,filled", fillcolor="#fce4ec", color="#880e4f", id="cat.commutativerings", kind="alias"];
  CoxeterGroups [style="rounded,filled", fillcolor="#fce4ec", color="#880e4f", id="cat.coxetergroups", kind="alias"];
  Cycles [style="rounded,filled", fillcolor="#fce4ec", color="#880e4f", id="val.cycles", kind="alias"];
  DeRhamCohomologyRings [style="rounded,filled", fillcolor="#fce4ec", color="#880e4f", id="val.derhamcohomologyrings", kind="alias"];
  DiffFormModules [style="rounded,filled", fillcolor="#fce4ec", color="#880e4f", id="val.diffformmodules", kind="alias"];
  Div [style="rounded,filled", fillcolor="#fce4ec", color="#880e4f", id="val.div", kind="alias"];
  "DivisionRings = Rings.Division" [style="rounded,filled", fillcolor="#fce4ec", color="#880e4f", id="cat.divisionrings", kind="alias"];
  Genera [style="rounded,filled", fillcolor="#fce4ec", color="#880e4f", id="val.genera", kind="alias"];
  Homsets [style="rounded,filled", fillcolor="#fce4ec", color="#880e4f", id="cat.homsets_c", kind="alias"];
  "HopfAlgebras(R)" [style="rounded,filled", fillcolor="#fce4ec", color="#880e4f", id="cat.hopfalgebras_r", kind="alias"];
  "IntegralDomains = Domains.Commutative" [style="rounded,filled", fillcolor="#fce4ec", color="#880e4f", id="cat.integraldomains", kind="alias"];
  IsometryGroups [style="rounded,filled", fillcolor="#fce4ec", color="#880e4f", id="val.isometrygroups", kind="alias"];
  "LeftModules(R)" [style="rounded,filled", fillcolor="#fce4ec", color="#880e4f", id="cat.left_modules_r", kind="alias"];
  "LieAlgebras(R)" [style="rounded,filled", fillcolor="#fce4ec", color="#880e4f", id="cat.liealgebras_r", kind="alias"];
  "Modules(R)" [style="rounded,filled", fillcolor="#fce4ec", color="#880e4f", id="cat.modules_a", kind="alias"];
  NS [style="rounded,filled", fillcolor="#fce4ec", color="#880e4f", id="val.ns", kind="alias"];
  OrthogonalGroups [style="rounded,filled", fillcolor="#fce4ec", color="#880e4f", id="val.orthogonal_groups", kind="alias"];
  Pic [style="rounded,filled", fillcolor="#fce4ec", color="#880e4f", id="val.pic", kind="alias"];
  "RightModules(R)" [style="rounded,filled", fillcolor="#fce4ec", color="#880e4f", id="cat.modules_rop", kind="alias"];
  "Schemes(S)" [style="rounded,filled", fillcolor="#fce4ec", color="#880e4f", id="cat.schemes_k", kind="alias"];
  TensorFieldModules [style="rounded,filled", fillcolor="#fce4ec", color="#880e4f", id="val.tensorfieldmodules", kind="alias"];
  "UnitalAlgebras = Algebras.Associative.Unital" [style="rounded,filled", fillcolor="#fce4ec", color="#880e4f", id="cat.associativeunitalalgebras_r", kind="alias"];
  VectorFieldModules [style="rounded,filled", fillcolor="#fce4ec", color="#880e4f", id="val.vectorfieldmodules", kind="alias"];
  "VectorSpaces(K) = Modules.OverField" [style="rounded,filled", fillcolor="#fce4ec", color="#880e4f", id="cat.modules_k", kind="alias"];
  WeylGroups [style="rounded,filled", fillcolor="#fce4ec", color="#880e4f", id="cat.weylgroups", kind="alias"];

  // --- preferred arrows ---
  "LeftModules(R)" -> "Modules(R)" [dir=both, kind="equivalence", id="arr.alias.left_modules"];
  "Algebras(R).Graded" -> "Algebras(R)" [style=dotted, kind="classifier_leg", id="arr.clf.algebras_r.graded"];
  "ax.Associative" -> Magmas [style=dotted, kind="classifier_leg", id="arr.clf.ax_associative"];
  "ax.Commutative" -> Magmas [style=dotted, kind="classifier_leg", id="arr.clf.ax_commutative"];
  "ax.Differential" -> "Algebras(R)" [style=dotted, kind="classifier_leg", id="arr.clf.ax_differential"];
  "ax.Domain" -> Rings [style=dotted, kind="classifier_leg", id="arr.clf.ax_domain"];
  "ax.Euclidean" -> "IntegralDomains = Domains.Commutative" [style=dotted, kind="classifier_leg", id="arr.clf.ax_euclidean"];
  "ax.FinitelyGenerated" -> Magmas [style=dotted, kind="classifier_leg", id="arr.clf.ax_finitelygenerated"];
  "ax.GCDDomain" -> "IntegralDomains = Domains.Commutative" [style=dotted, kind="classifier_leg", id="arr.clf.ax_gcddomain"];
  "ax.IntegralDomain" -> "Domains = Rings.Domain" [style=dotted, kind="classifier_leg", id="arr.clf.ax_integraldomain"];
  "ax.Inverse" -> Magmas [style=dotted, kind="classifier_leg", id="arr.clf.ax_inverse"];
  "ax.Monoidal" -> CatObject [style=dotted, kind="classifier_leg", id="arr.clf.ax_monoidal"];
  "ax.Noetherian" -> "CommRings = Rings.Commutative" [style=dotted, kind="classifier_leg", id="arr.clf.ax_noetherian"];
  "ax.PID" -> "IntegralDomains = Domains.Commutative" [style=dotted, kind="classifier_leg", id="arr.clf.ax_pid"];
  "ax.UFD" -> "IntegralDomains = Domains.Commutative" [style=dotted, kind="classifier_leg", id="arr.clf.ax_ufd"];
  "ax.Unital" -> Magmas [style=dotted, kind="classifier_leg", id="arr.clf.ax_unital"];
  "CatObject.Colimits" -> CatObject [style=dotted, kind="classifier_leg", id="arr.clf.catobject_colimits"];
  "CatObject.Coproducts" -> "CatObject.Colimits" [style=dotted, kind="classifier_leg", id="arr.clf.catobject_coproducts"];
  "CatObject.Finite" -> CatObject [style=dotted, kind="classifier_leg", id="arr.clf.catobject_finite"];
  "CatObject.Limits" -> CatObject [style=dotted, kind="classifier_leg", id="arr.clf.catobject_limits"];
  "CatObject.LocallySmall" -> CatObject [style=dotted, kind="classifier_leg", id="arr.clf.catobject_locallysmall"];
  "CatObject.Products" -> "CatObject.Limits" [style=dotted, kind="classifier_leg", id="arr.clf.catobject_products"];
  "CatObject.Thin" -> CatObject [style=dotted, kind="classifier_leg", id="arr.clf.catobject_thin"];
  "Graphs.Directed" -> Graphs [style=dotted, kind="classifier_leg", id="arr.clf.graphs_directed"];
  "∫Bil.Alternating" -> "∫Bil.SkewSymmetric" [style=dotted, kind="classifier_leg", id="arr.clf.int_bil_alternating"];
  "∫Bil_R(W).Finite" -> "∫Bil_R(W)" [style=dotted, kind="classifier_leg", id="arr.clf.int_bil_r_finite"];
  "∫Bil_R(W).Nondegenerate" -> "∫Bil_R(W)" [style=dotted, kind="classifier_leg", id="arr.clf.int_bil_r_nondegenerate"];
  "∫Bil.SkewSymmetric" -> "∫Bil_R(W)" [style=dotted, kind="classifier_leg", id="arr.clf.int_bil_skewsymmetric"];
  "∫Bil.Symmetric" -> "∫Bil_R(W)" [style=dotted, kind="classifier_leg", id="arr.clf.int_bil_symmetric"];
  "∫Hom.Even" -> "∫Hom_R(−,W)" [style=dotted, kind="classifier_leg", id="arr.clf.int_hom_even"];
  "∫Hom.Nondegenerate" -> "∫Hom_R(−,W)" [style=dotted, kind="classifier_leg", id="arr.clf.int_hom_nondegenerate"];
  "∫Hom.Odd" -> "∫Hom_R(−,W)" [style=dotted, kind="classifier_leg", id="arr.clf.int_hom_odd"];
  "∫Hom.Unimodular" -> "∫Hom_R(−,W)" [style=dotted, kind="classifier_leg", id="arr.clf.int_hom_unimodular"];
  "∫Quad_R(W).Nondegenerate" -> "∫Quad_R(W)" [style=dotted, kind="classifier_leg", id="arr.clf.int_quad_r_nondegenerate"];
  "Lat.Definite" -> "Lat_R = ∫Bil_R(R).Symmetric.Nondegenerate" [style=dotted, kind="classifier_leg", id="arr.clf.lat_definite"];
  "Lat.Hyperbolic" -> "Lat_R = ∫Bil_R(R).Symmetric.Nondegenerate" [style=dotted, kind="classifier_leg", id="arr.clf.lat_hyperbolic"];
  "Lat.Indefinite" -> "Lat_R = ∫Bil_R(R).Symmetric.Nondegenerate" [style=dotted, kind="classifier_leg", id="arr.clf.lat_indefinite"];
  "Lat.NegativeDefinite" -> "Lat_R = ∫Bil_R(R).Symmetric.Nondegenerate" [style=dotted, kind="classifier_leg", id="arr.clf.lat_negativedefinite"];
  "Lat.PositiveDefinite" -> "Lat_R = ∫Bil_R(R).Symmetric.Nondegenerate" [style=dotted, kind="classifier_leg", id="arr.clf.lat_positivedefinite"];
  "Magmas.Multiplicative" -> Magmas [style=dotted, kind="classifier_leg", id="arr.clf.magmas_multiplicative"];
  "Manifolds.PL" -> Manifolds [style=dotted, kind="classifier_leg", id="arr.clf.manifolds_pl"];
  "Manifolds.Smooth" -> Manifolds [style=dotted, kind="classifier_leg", id="arr.clf.manifolds_smooth"];
  "Modules.OverField" -> "Modules(R)" [style=dotted, kind="classifier_leg", id="arr.clf.modules.over_field"];
  "Modules.WithBasis" -> "Modules(R)" [style=dotted, kind="classifier_leg", id="arr.clf.modules.with_basis"];
  "Modules.FinitelyGenerated" -> "Modules(R)" [style=dotted, kind="classifier_leg", id="arr.clf.modules_finitelygenerated"];
  "Modules.FinitelyPresented" -> "Modules(R)" [style=dotted, kind="classifier_leg", id="arr.clf.modules_finitelypresented"];
  "Modules.FiniteRank" -> "Modules(R)" [style=dotted, kind="classifier_leg", id="arr.clf.modules_finiterank"];
  "Modules.Free" -> "Modules(R)" [style=dotted, kind="classifier_leg", id="arr.clf.modules_free"];
  "Modules.Projective" -> "Modules(R)" [style=dotted, kind="classifier_leg", id="arr.clf.modules_projective"];
  "Modules.Torsion" -> "Modules(R)" [style=dotted, kind="classifier_leg", id="arr.clf.modules_torsion"];
  "Modules.TorsionFree" -> "Modules(R)" [style=dotted, kind="classifier_leg", id="arr.clf.modules_torsionfree"];
  "Modules.WithGenerators" -> "Modules(R)" [style=dotted, kind="classifier_leg", id="arr.clf.modules_withgenerators"];
  "Rings.Commutative" -> Rings [style=dotted, kind="classifier_leg", id="arr.clf.rings_commutative"];
  "Schemes.Affine" -> "Schemes(S)" [style=dotted, kind="classifier_leg", id="arr.clf.schemes_affine"];
  "Schemes.Étale" -> "Schemes(S)" [style=dotted, kind="classifier_leg", id="arr.clf.schemes_etale"];
  "Schemes.Finite" -> "Schemes(S)" [style=dotted, kind="classifier_leg", id="arr.clf.schemes_finite"];
  "Schemes.FiniteType" -> "Schemes(S)" [style=dotted, kind="classifier_leg", id="arr.clf.schemes_finitetype"];
  "Schemes.Flat" -> "Schemes(S)" [style=dotted, kind="classifier_leg", id="arr.clf.schemes_flat"];
  "Schemes.Integral" -> "Schemes(S)" [style=dotted, kind="classifier_leg", id="arr.clf.schemes_integral"];
  "Schemes.LocallyFinitePresentation" -> "Schemes(S)" [style=dotted, kind="classifier_leg", id="arr.clf.schemes_locallyfinitepresentation"];
  "Schemes.Projective" -> "Schemes(S)" [style=dotted, kind="classifier_leg", id="arr.clf.schemes_projective"];
  "Schemes.Proper" -> "Schemes(S)" [style=dotted, kind="classifier_leg", id="arr.clf.schemes_proper"];
  "Schemes.RelativeDimension(n)" -> "Schemes(S)" [style=dotted, kind="classifier_leg", id="arr.clf.schemes_relativedimension"];
  "Schemes(S).RelativeDimension(1)" -> "Schemes(S)" [style=dotted, kind="classifier_leg", id="arr.clf.schemes_s_relativedimension"];
  "Schemes.Separated" -> "Schemes(S)" [style=dotted, kind="classifier_leg", id="arr.clf.schemes_separated"];
  "Schemes.Smooth" -> "Schemes(S)" [style=dotted, kind="classifier_leg", id="arr.clf.schemes_smooth"];
  "Schemes.Unramified" -> "Schemes(S)" [style=dotted, kind="classifier_leg", id="arr.clf.schemes_unramified"];
  "Sets.Finite" -> Sets [style=dotted, kind="classifier_leg", id="arr.clf.sets.finite"];
  "Sets.Graded" -> Sets [style=dotted, kind="classifier_leg", id="arr.clf.sets.graded"];
  "Sets.Countable" -> Sets [style=dotted, kind="classifier_leg", id="arr.clf.sets_countable"];
  "Sets.Infinite" -> Sets [style=dotted, kind="classifier_leg", id="arr.clf.sets_infinite"];
  "Sets.Uncountable" -> Sets [style=dotted, kind="classifier_leg", id="arr.clf.sets_uncountable"];
  "AbelianGroups = Groups.Commutative" -> "Groups = Magmas.Associative.Unital.Inverse" [kind="full_inclusion", id="arr.dot.abeliangroups__groups"];
  "AdditiveAbelianGroups = AdditiveGroups.Commutative" -> "AdditiveGroups = Magmas.Additive.Associative.Unital.Inverse" [kind="full_inclusion", id="arr.dot.additiveabeliangroups__additivegroups"];
  "AdditiveGroups = Magmas.Additive.Associative.Unital.Inverse" -> "AdditiveMonoids = Magmas.Additive.Associative.Unital" [kind="full_inclusion", id="arr.dot.additivegroups__additivemonoids"];
  "AdditiveMonoids = Magmas.Additive.Associative.Unital" -> "AdditiveSemigroups = Magmas.Additive.Associative" [kind="full_inclusion", id="arr.dot.additivemonoids__additivesemigroups"];
  "AdditiveSemigroups = Magmas.Additive.Associative" -> "Magmas.Additive" [kind="full_inclusion", id="arr.dot.additivesemigroups__magmas_additive"];
  AlgebraicSpaces -> "Schemes(S)" [kind="forgetful", id="arr.dot.algebraicspaces__schemes"];
  AlgebraicStacks -> Stacks [kind="forgetful", id="arr.dot.algebraicstacks__stacks"];
  "Algebras(R)" -> Magmas [kind="forgetful", id="arr.dot.algebras__magmas"];
  "AlgebrasOverField = Algebras.OverField" -> "Algebras(R)" [kind="full_inclusion", id="arr.dot.algebrasoverfield__algebras"];
  "AlgebrasOverField = Algebras.OverField" -> "VectorSpaces(K) = Modules.OverField" [kind="full_inclusion", id="arr.dot.algebrasoverfield__vectorspaces"];
  "Arr(−)" -> CatObject [color="#6a1b9a", kind="construction", id="arr.dot.arr__catobject"];
  ArtinStacks -> AlgebraicStacks [kind="forgetful", id="arr.dot.artinstacks__algebraicstacks"];
  "AssociativeAlgebras = Algebras.Associative" -> "Algebras(R)" [kind="full_inclusion", id="arr.dot.associativealgebras__algebras"];
  "Bialgebras(R)" -> "Coalgebras(R)" [kind="forgetful", id="arr.dot.bialgebras__coalgebras"];
  "Bialgebras(R)" -> "UnitalAlgebras = Algebras.Associative.Unital" [kind="forgetful", id="arr.dot.bialgebras__unitalalgebras"];
  Bicategories -> CatObject [kind="forgetful", id="arr.dot.bicategories__catobject"];
  "Bimodules(R,S)" -> "LeftModules(R)" [kind="forgetful", id="arr.dot.bimodules__leftmodules"];
  "Bimodules(R,S)" -> "RightModules(R)" [kind="forgetful", id="arr.dot.bimodules__rightmodules"];
  Cat_1 -> Cat_2 [kind="forgetful", id="arr.dot.cat_1__cat_2"];
  Cat_2 -> Bicategories [kind="forgetful", id="arr.dot.cat_2__bicategories"];
  "ChainComplexes(C)" -> "NonUnitalDGAs = Algebras.Differential" [kind="forgetful", id="arr.dot.chaincomplexes__nonunitaldgas"];
  ChowGroups -> "AbelianGroups = Groups.Commutative" [color="#6a1b9a", kind="construction", id="arr.dot.chowgroups__abeliangroups"];
  "C∞Algebras(R)" -> "CommAlgebras = UnitalAlgebras.Commutative" [kind="forgetful", id="arr.dot.cinftyalgebras__commalgebras"];
  ClassifyingStacks -> QuotientStacks [kind="forgetful", id="arr.dot.classifyingstacks__quotientstacks"];
  "CliffordAlgebras(R)" -> "UnitalAlgebras = Algebras.Associative.Unital" [kind="forgetful", id="arr.dot.cliffordalgebras__unitalalgebras"];
  "CochainComplexes(C)" -> "NonUnitalDGAs = Algebras.Differential" [kind="forgetful", id="arr.dot.cochaincomplexes__nonunitaldgas"];
  "Coh(X)" -> "Mod(O_X)" [kind="forgetful", id="arr.dot.coh__mod"];
  CohomologyRings -> Homology [color="#6a1b9a", kind="construction", id="arr.dot.cohomologyrings__homology"];
  CohomologyRings -> Rings [color="#6a1b9a", kind="construction", id="arr.dot.cohomologyrings__rings"];
  Comma -> CatObject [color="#6a1b9a", kind="construction", id="arr.dot.comma__catobject"];
  "CommAlgebras = UnitalAlgebras.Commutative" -> "CommRings = Rings.Commutative" [kind="full_inclusion", id="arr.dot.commalgebras__commrings"];
  "CommAlgebras = UnitalAlgebras.Commutative" -> "UnitalAlgebras = Algebras.Associative.Unital" [kind="full_inclusion", id="arr.dot.commalgebras__unitalalgebras"];
  "CompleteIntersections(K)" -> "Varieties(K) = Schemes.Integral.Separated.FiniteType" [kind="forgetful", id="arr.dot.completeintersections__varieties"];
  Cones -> TopologicalSpaces [kind="forgetful", id="arr.dot.cones__topologicalspaces"];
  Coslices -> Comma [color="#6a1b9a", kind="construction", id="arr.dot.coslices__comma"];
  "CountableInfiniteSets = Sets.Countable.Infinite" -> "Sets.Countable" [kind="pullback_projection", id="arr.dot.countableinfinitesets__sets_countable"];
  "CountableInfiniteSets = Sets.Countable.Infinite" -> "Sets.Infinite" [kind="pullback_projection", id="arr.dot.countableinfinitesets__sets_infinite"];
  CoxeterGroups -> "Groups = Magmas.Associative.Unital.Inverse" [kind="forgetful", id="arr.dot.coxetergroups__groups"];
  "Curves(K) = Schemes.RelativeDimension(1)" -> "Varieties(K) = Schemes.Integral.Separated.FiniteType" [kind="full_inclusion", id="arr.dot.curves__varieties"];
  Cycles -> "AbelianGroups = Groups.Commutative" [color="#6a1b9a", kind="construction", id="arr.dot.cycles__abeliangroups"];
  DeligneMumfordStacks -> AlgebraicStacks [kind="forgetful", id="arr.dot.delignemumfordstacks__algebraicstacks"];
  DeligneMumfordStacks -> ArtinStacks [kind="forgetful", id="arr.dot.delignemumfordstacks__artinstacks"];
  DeRhamCohomologyRings -> CohomologyRings [color="#6a1b9a", kind="construction", id="arr.dot.derhamcohomologyrings__cohomologyrings"];
  DeRhamComplexes -> "CochainComplexes(C)" [kind="forgetful", id="arr.dot.derhamcomplexes__cochaincomplexes"];
  DeRhamComplexes -> DiffFormModules [color="#6a1b9a", kind="construction", id="arr.dot.derhamcomplexes__diffformmodules"];
  DescentData -> FibredCategories [color="#6a1b9a", kind="construction", id="arr.dot.descentdata__fibredcategories"];
  "DGAs = UnitalAlgebras.Differential" -> "Algebras(R).Graded" [kind="pullback_projection", id="arr.dot.dgas__algebras_graded"];
  "DGAs = UnitalAlgebras.Differential" -> "NonUnitalDGAs = Algebras.Differential" [kind="full_inclusion", id="arr.dot.dgas__nonunitaldgas"];
  "DGAs = UnitalAlgebras.Differential" -> "UnitalAlgebras = Algebras.Associative.Unital" [kind="full_inclusion", id="arr.dot.dgas__unitalalgebras"];
  DiagramCategories -> FunctorCategories [color="#6a1b9a", kind="construction", id="arr.dot.diagramcategories__functorcategories"];
  DiffFormModules -> "Modules(R)" [color="#6a1b9a", kind="construction", id="arr.dot.diffformmodules__modules"];
  DiffFormModules -> "Sets.Graded" [color="#6a1b9a", kind="construction", id="arr.dot.diffformmodules__sets_graded"];
  "DiscBil = ∫Bil.Symmetric.Nondegenerate.Finite" -> "∫Bil_R(W)" [kind="full_inclusion", id="arr.dot.discbil__int_bil_r"];
  "DiscBil = ∫Bil.Symmetric.Nondegenerate.Finite" -> "Sets.Finite" [kind="pullback_projection", id="arr.dot.discbil__sets_finite"];
  "DiscQuad = ∫Quad.Nondegenerate" -> "∫Quad_R(W)" [kind="full_inclusion", id="arr.dot.discquad__int_quad_r"];
  Div -> "AbelianGroups = Groups.Commutative" [color="#6a1b9a", kind="construction", id="arr.dot.div__abeliangroups"];
  "DivisionRings = Rings.Division" -> "Domains = Rings.Domain" [kind="full_inclusion", id="arr.dot.divisionrings__domains"];
  "DivisionRings = Rings.Division" -> Rings [kind="full_inclusion", id="arr.dot.divisionrings__rings"];
  DualObjects -> "TensorProducts = CatObject.Monoidal" [kind="forgetful", id="arr.dot.dualobjects__tensorproducts"];
  "EuclideanDomains = Rings.Commutative.Euclidean" -> "PIDs = Rings.Commutative.PID" [kind="full_inclusion", id="arr.dot.euclideandomains__pids"];
  "ExteriorAlgebras(R)" -> "Algebras(R).Graded" [kind="pullback_projection", id="arr.dot.exterioralgebras__algebras_graded"];
  "ExteriorAlgebras(R)" -> "UnitalAlgebras = Algebras.Associative.Unital" [kind="forgetful", id="arr.dot.exterioralgebras__unitalalgebras"];
  Fans -> Cones [kind="forgetful", id="arr.dot.fans__cones"];
  FibredCategories -> Cat_1 [color="#6a1b9a", kind="construction", id="arr.dot.fibredcategories__cat_1"];
  Fields -> "DivisionRings = Rings.Division" [kind="forgetful", id="arr.dot.fields__divisionrings"];
  Fields -> "EuclideanDomains = Rings.Commutative.Euclidean" [kind="forgetful", id="arr.dot.fields__euclideandomains"];
  "FinitelyGeneratedGroups = Magmas.Associative.Unital.Inverse.FinitelyGenerated" -> "Groups = Magmas.Associative.Unital.Inverse" [kind="full_inclusion", id="arr.dot.finitelygeneratedgroups__groups"];
  "FinitelyGeneratedModules = Modules.FinitelyGenerated" -> "Modules(R)" [kind="full_inclusion", id="arr.dot.finitelygeneratedmodules__modules"];
  "FinitelyPresentedModules = Modules.FinitelyPresented" -> "FinitelyGeneratedModules = Modules.FinitelyGenerated" [kind="full_inclusion", id="arr.dot.finitelypresentedmodules__finitelygeneratedmodules"];
  "FiniteRankModules = Modules.FiniteRank" -> "Modules(R)" [kind="full_inclusion", id="arr.dot.finiterankmodules__modules"];
  "FreeModules = Modules.Free" -> "Modules(R)" [kind="full_inclusion", id="arr.dot.freemodules__modules"];
  "FreeModules = Modules.Free" -> "ProjectiveModules = Modules.Projective" [kind="full_inclusion", id="arr.dot.freemodules__projectivemodules"];
  FunctorCategories -> HomCategories [color="#6a1b9a", kind="construction", id="arr.dot.functorcategories__homcategories"];
  "G-Objects(G)" -> CatObject [kind="forgetful", id="arr.dot.g_objects__catobject"];
  "G-Objects(G)" -> "Groups = Magmas.Associative.Unital.Inverse" [kind="forgetful", id="arr.dot.g_objects__groups"];
  "GCDDomains = Rings.Commutative.GCDDomain" -> "IntegralDomains = Domains.Commutative" [kind="full_inclusion", id="arr.dot.gcddomains__integraldomains"];
  Genera -> "Sets.Finite" [color="#6a1b9a", kind="construction", id="arr.dot.genera__sets_finite"];
  Graphs -> CatObject [kind="forgetful", id="arr.dot.graphs__catobject"];
  GroupoidObjects -> CatObject [color="#6a1b9a", kind="construction", id="arr.dot.groupoidobjects__catobject"];
  GroupoidObjects -> Groupoids [color="#6a1b9a", kind="construction", id="arr.dot.groupoidobjects__groupoids"];
  Groupoids -> Cat_1 [kind="forgetful", id="arr.dot.groupoids__cat_1"];
  HodgeStructures -> "AdditiveAbelianGroups = AdditiveGroups.Commutative" [kind="forgetful", id="arr.dot.hodgestructures__additiveabeliangroups"];
  HomCategories -> CatObject [color="#6a1b9a", kind="construction", id="arr.dot.homcategories__catobject"];
  Homology -> "DGAs = UnitalAlgebras.Differential" [kind="forgetful", id="arr.dot.homology__dgas"];
  Homology -> "Modules(R)" [kind="forgetful", id="arr.dot.homology__modules"];
  Homsets -> HomCategories [kind="forgetful", id="arr.dot.homsets__homcategories"];
  Homsets -> Sets [kind="forgetful", id="arr.dot.homsets__sets"];
  "Hypersurfaces(K)" -> "Varieties(K) = Schemes.Integral.Separated.FiniteType" [kind="forgetful", id="arr.dot.hypersurfaces__varieties"];
  IncidenceCategories -> Cat_1 [kind="forgetful", id="arr.dot.incidencecategories__cat_1"];
  "∫Bil_R(W)" -> "∫Hom_R(−,W)" [kind="forgetful", id="arr.dot.int_bil_r__int_hom_r"];
  "∫Herm_R(W)" -> "∫Hom_R(−,W)" [kind="forgetful", id="arr.dot.int_herm_r__int_hom_r"];
  "∫Hom_R(−,W)" -> "Modules(R)" [kind="forgetful", id="arr.dot.int_hom_r__modules"];
  "∫Quad_R(W)" -> "∫Hom_R(−,W)" [kind="forgetful", id="arr.dot.int_quad_r__int_hom_r"];
  "IntegralDomains = Domains.Commutative" -> "CommRings = Rings.Commutative" [kind="full_inclusion", id="arr.dot.integraldomains__commrings"];
  "IntegralDomains = Domains.Commutative" -> "Domains = Rings.Domain" [kind="full_inclusion", id="arr.dot.integraldomains__domains"];
  IsometryGroups -> LatticeHomsets [color="#6a1b9a", kind="construction", id="arr.dot.isometrygroups__latticehomsets"];
  IsometryGroups -> OrthogonalGroups [color="#6a1b9a", kind="construction", id="arr.dot.isometrygroups__orthogonalgroups"];
  IsomorphicObjects -> "Arr(−)" [color="#6a1b9a", kind="construction", id="arr.dot.isomorphicobjects__arr"];
  "Lat_R = ∫Bil_R(R).Symmetric.Nondegenerate" -> "∫Bil_R(W)" [kind="full_inclusion", id="arr.dot.lat_r__int_bil_r"];
  "Lat_R = ∫Bil_R(R).Symmetric.Nondegenerate" -> "ProjectiveModules = Modules.Projective" [kind="full_inclusion", id="arr.dot.lat_r__projectivemodules"];
  LatticeHomsets -> Homsets [kind="forgetful", id="arr.dot.latticehomsets__homsets"];
  LatticeHomsets -> "Lat_R = ∫Bil_R(R).Symmetric.Nondegenerate" [kind="forgetful", id="arr.dot.latticehomsets__lat_r"];
  LatticePolytopes -> Polyhedra [kind="forgetful", id="arr.dot.latticepolytopes__polyhedra"];
  LocallyRingedSpaces -> RingedSpaces [kind="forgetful", id="arr.dot.locallyringedspaces__ringedspaces"];
  Manifolds -> RingedSpaces [kind="forgetful", id="arr.dot.manifolds__ringedspaces"];
  Manifolds -> TopologicalSpaces [kind="forgetful", id="arr.dot.manifolds__topologicalspaces"];
  "Manifolds.Smooth" -> "Varieties(K) = Schemes.Integral.Separated.FiniteType" [color="#6a1b9a", kind="construction", id="arr.dot.manifolds_smooth__varieties"];
  MetricSpaces -> TopologicalSpaces [kind="forgetful", id="arr.dot.metricspaces__topologicalspaces"];
  "Mod(O_X)" -> "Modules(R)" [kind="forgetful", id="arr.dot.mod__modules"];
  "Mod(O_X)" -> RingedSites [kind="forgetful", id="arr.dot.mod__ringedsites"];
  "Mod(O_X)" -> RingedSpaces [kind="forgetful", id="arr.dot.mod__ringedspaces"];
  "Modules(R)" -> "AdditiveAbelianGroups = AdditiveGroups.Commutative" [kind="forgetful", id="arr.dot.modules__additiveabeliangroups"];
  "ModulesWithBasis = Bimodules(R,R).WithBasis" -> "FreeModules = Modules.Free" [kind="full_inclusion", id="arr.dot.moduleswithbasis__freemodules"];
  "ModulesWithGenerators = Modules.WithGenerators" -> "Modules(R)" [kind="full_inclusion", id="arr.dot.moduleswithgenerators__modules"];
  "NoetherianCommRings = Rings.Commutative.Noetherian" -> "CommRings = Rings.Commutative" [kind="full_inclusion", id="arr.dot.noetheriancommrings__commrings"];
  "NonUnitalDGAs = Algebras.Differential" -> "Algebras(R)" [kind="full_inclusion", id="arr.dot.nonunitaldgas__algebras"];
  "NonUnitalDGAs = Algebras.Differential" -> "Algebras(R).Graded" [kind="pullback_projection", id="arr.dot.nonunitaldgas__algebras_graded"];
  NS -> "AbelianGroups = Groups.Commutative" [color="#6a1b9a", kind="construction", id="arr.dot.ns__abeliangroups"];
  NS -> "Lat_R = ∫Bil_R(R).Symmetric.Nondegenerate" [color="#6a1b9a", kind="construction", id="arr.dot.ns__lat_r"];
  "(−)^op" -> CatObject [color="#6a1b9a", kind="construction", id="arr.dot.op__catobject"];
  OrthogonalGroups -> "Groups = Magmas.Associative.Unital.Inverse" [color="#6a1b9a", kind="construction", id="arr.dot.orthogonalgroups__groups"];
  OrthogonalGroups -> "∫Bil_R(W)" [color="#6a1b9a", kind="construction", id="arr.dot.orthogonalgroups__int_bil_r"];
  Pic -> "AbelianGroups = Groups.Commutative" [color="#6a1b9a", kind="construction", id="arr.dot.pic__abeliangroups"];
  "PIDs = Rings.Commutative.PID" -> "UFDs = Rings.Commutative.UFD" [kind="full_inclusion", id="arr.dot.pids__ufds"];
  Polyhedra -> TopologicalSpaces [kind="forgetful", id="arr.dot.polyhedra__topologicalspaces"];
  Posets -> "CatObject.Thin" [kind="pullback_projection", id="arr.dot.posets__catobject_thin"];
  Presheaves -> FunctorCategories [kind="forgetful", id="arr.dot.presheaves__functorcategories"];
  Prestacks -> FibredCategories [kind="forgetful", id="arr.dot.prestacks__fibredcategories"];
  "ProjectiveModules = Modules.Projective" -> "Modules(R)" [kind="full_inclusion", id="arr.dot.projectivemodules__modules"];
  "QCoh(X)" -> "Mod(O_X)" [kind="forgetful", id="arr.dot.qcoh__mod"];
  Quotients -> Coslices [color="#6a1b9a", kind="construction", id="arr.dot.quotients__coslices"];
  QuotientStacks -> AlgebraicStacks [kind="forgetful", id="arr.dot.quotientstacks__algebraicstacks"];
  QuotientStacks -> "G-Objects(G)" [kind="forgetful", id="arr.dot.quotientstacks__g_objects"];
  QuotientStacks -> GroupoidObjects [kind="forgetful", id="arr.dot.quotientstacks__groupoidobjects"];
  ReflectionGroups -> "Groups = Magmas.Associative.Unital.Inverse" [kind="forgetful", id="arr.dot.reflectiongroups__groups"];
  "RightModules(R)" -> "AdditiveAbelianGroups = AdditiveGroups.Commutative" [kind="forgetful", id="arr.dot.rightmodules__additiveabeliangroups"];
  RingedSites -> Sites [kind="forgetful", id="arr.dot.ringedsites__sites"];
  RingedSpaces -> TopologicalSpaces [kind="forgetful", id="arr.dot.ringedspaces__topologicalspaces"];
  RingedTopoi -> Topoi [kind="forgetful", id="arr.dot.ringedtopoi__topoi"];
  Rings -> Rngs [kind="forgetful", id="arr.dot.rings__rngs"];
  Rings -> Semirings [kind="forgetful", id="arr.dot.rings__semirings"];
  Rngs -> "AdditiveAbelianGroups = AdditiveGroups.Commutative" [kind="forgetful", id="arr.dot.rngs__additiveabeliangroups"];
  Rngs -> "Semigroups = Magmas.Associative" [kind="forgetful", id="arr.dot.rngs__semigroups"];
  RootLattices -> "Lat_R = ∫Bil_R(R).Symmetric.Nondegenerate" [kind="forgetful", id="arr.dot.rootlattices__lat_r"];
  RootSystems -> Cones [kind="forgetful", id="arr.dot.rootsystems__cones"];
  "Schemes(S)" -> AlgebraicStacks [kind="forgetful", id="arr.dot.schemes__algebraicstacks"];
  "Schemes(S)" -> LocallyRingedSpaces [kind="forgetful", id="arr.dot.schemes__locallyringedspaces"];
  Semirings -> "AdditiveMonoids = Magmas.Additive.Associative.Unital" [kind="forgetful", id="arr.dot.semirings__additivemonoids"];
  Semirings -> "Monoids = Magmas.Associative.Unital" [kind="forgetful", id="arr.dot.semirings__monoids"];
  Sheaves -> Presheaves [kind="forgetful", id="arr.dot.sheaves__presheaves"];
  Sites -> Cat_1 [kind="forgetful", id="arr.dot.sites__cat_1"];
  Slices -> Comma [color="#6a1b9a", kind="construction", id="arr.dot.slices__comma"];
  SpecializationPosets -> Posets [kind="forgetful", id="arr.dot.specializationposets__posets"];
  StableGraphs -> Graphs [kind="forgetful", id="arr.dot.stablegraphs__graphs"];
  StableGraphs -> StratifiedSpaces [kind="forgetful", id="arr.dot.stablegraphs__stratifiedspaces"];
  Stacks -> Prestacks [kind="forgetful", id="arr.dot.stacks__prestacks"];
  StratifiedSpaces -> DeligneMumfordStacks [kind="forgetful", id="arr.dot.stratifiedspaces__delignemumfordstacks"];
  StratifiedSpaces -> SpecializationPosets [color="#6a1b9a", kind="construction", id="arr.dot.stratifiedspaces__specializationposets"];
  StratifiedSpaces -> TopologicalSpaces [kind="forgetful", id="arr.dot.stratifiedspaces__topologicalspaces"];
  Subobjects -> Slices [color="#6a1b9a", kind="construction", id="arr.dot.subobjects__slices"];
  Subquotients -> Quotients [color="#6a1b9a", kind="construction", id="arr.dot.subquotients__quotients"];
  Subquotients -> Subobjects [color="#6a1b9a", kind="construction", id="arr.dot.subquotients__subobjects"];
  "Surfaces(K) = Schemes.RelativeDimension(2)" -> "Varieties(K) = Schemes.Integral.Separated.FiniteType" [kind="full_inclusion", id="arr.dot.surfaces__varieties"];
  "SymmetricAlgebras(R)" -> "CommAlgebras = UnitalAlgebras.Commutative" [kind="forgetful", id="arr.dot.symmetricalgebras__commalgebras"];
  "TensorAlgebras(R)" -> "UnitalAlgebras = Algebras.Associative.Unital" [kind="forgetful", id="arr.dot.tensoralgebras__unitalalgebras"];
  TensorFieldModules -> "C∞Algebras(R)" [color="#6a1b9a", kind="construction", id="arr.dot.tensorfieldmodules__cinftyalgebras"];
  TensorFieldModules -> "Modules(R)" [color="#6a1b9a", kind="construction", id="arr.dot.tensorfieldmodules__modules"];
  "TensorProducts = CatObject.Monoidal" -> CatObject [kind="full_inclusion", id="arr.dot.tensorproducts__catobject"];
  Topoi -> Sheaves [kind="forgetful", id="arr.dot.topoi__sheaves"];
  TopologicalSpaces -> Sets [kind="forgetful", id="arr.dot.topologicalspaces__sets"];
  "ToricVarieties(K)" -> "Varieties(K) = Schemes.Integral.Separated.FiniteType" [kind="forgetful", id="arr.dot.toricvarieties__varieties"];
  Torsors -> "G-Objects(G)" [color="#6a1b9a", kind="construction", id="arr.dot.torsors__g_objects"];
  "UFDs = Rings.Commutative.UFD" -> "GCDDomains = Rings.Commutative.GCDDomain" [kind="full_inclusion", id="arr.dot.ufds__gcddomains"];
  "UnitalAlgebras = Algebras.Associative.Unital" -> "AssociativeAlgebras = Algebras.Associative" [kind="full_inclusion", id="arr.dot.unitalalgebras__associativealgebras"];
  "Varieties(K) = Schemes.Integral.Separated.FiniteType" -> "Schemes(S)" [kind="full_inclusion", id="arr.dot.varieties__schemes"];
  VectorFieldModules -> "C∞Algebras(R)" [color="#6a1b9a", kind="construction", id="arr.dot.vectorfieldmodules__cinftyalgebras"];
  VectorFieldModules -> "Modules(R)" [color="#6a1b9a", kind="construction", id="arr.dot.vectorfieldmodules__modules"];
  "VectorSpaces(K) = Modules.OverField" -> "Modules(R)" [kind="full_inclusion", id="arr.dot.vectorspaces__modules"];
  "VectorSpacesWithBasis = VectorSpaces.WithBasis" -> "ModulesWithBasis = Bimodules(R,R).WithBasis" [kind="full_inclusion", id="arr.dot.vectorspaceswithbasis__moduleswithbasis"];
  "VectorSpacesWithBasis = VectorSpaces.WithBasis" -> "VectorSpaces(K) = Modules.OverField" [kind="full_inclusion", id="arr.dot.vectorspaceswithbasis__vectorspaces"];
  WeylGroups -> ReflectionGroups [kind="forgetful", id="arr.dot.weylgroups__reflectiongroups"];
  Magmas -> Sets [kind="forgetful", id="arr.fun.magmas_to_sets"];
  Sets -> CatObject [kind="forgetful", id="arr.fun.sets_to_cat_object"];
  Fields -> Rings [kind="full_inclusion", id="arr.incl.fields_to_rings"];
  "Groups = Magmas.Associative.Unital.Inverse" -> "Monoids = Magmas.Associative.Unital" [kind="full_inclusion", id="arr.incl.groups_to_monoids"];
  "Monoids = Magmas.Associative.Unital" -> "Semigroups = Magmas.Associative" [kind="full_inclusion", id="arr.incl.monoids_to_semigroups"];
  "Semigroups = Magmas.Associative" -> Magmas [kind="full_inclusion", id="arr.incl.semigroups_to_magmas"];
  WeylGroups -> CoxeterGroups [kind="full_inclusion", id="arr.incl.weyl_to_coxeter"];
  "Algebras(R)" -> Rings [style=dashed,color="#e65100", kind="parameter_dependency", id="arr.param.algebras_r_base_ring"];
  "Modules(R)" -> Rings [style=dashed,color="#e65100", kind="parameter_dependency", id="arr.param.modules_r_base_ring"];
  "VectorSpaces(K) = Modules.OverField" -> Fields [style=dashed,color="#e65100", kind="parameter_dependency", id="arr.param.vector_spaces_field"];
  "CommRings = Rings.Commutative" -> Rings [kind="pullback_projection", id="arr.pb.comm_rings_to_rings"];
  "FiniteFields = Fields.Finite" -> Fields [kind="pullback_projection", id="arr.pb.finite_fields_to_fields"];
  "FiniteFields = Fields.Finite" -> "Sets.Finite" [kind="pullback_projection", id="arr.pb.finite_fields_to_sets_finite"];
  "FiniteRings = Rings.Finite" -> Rings [kind="pullback_projection", id="arr.pb.finite_rings_to_rings"];
  "FiniteRings = Rings.Finite" -> "Sets.Finite" [kind="pullback_projection", id="arr.pb.finite_rings_to_sets_finite"];
  "Lat.Hyperbolic" -> "Lat.Indefinite" [style=dashed, kind="theorem_inclusion", id="arr.thm.lat_hyperbolic_implies_indefinite"];
  "Lat.NegativeDefinite" -> "Lat.Definite" [style=dashed, kind="theorem_inclusion", id="arr.thm.lat_negative_definite"];
  "Lat.PositiveDefinite" -> "Lat.Definite" [style=dashed, kind="theorem_inclusion", id="arr.thm.lat_positive_definite"];
  "Sets.Finite" -> "Sets.Countable" [style=dashed, kind="theorem_inclusion", id="arr.thm.sets_finite_implies_countable"];
  "Sets.Uncountable" -> "Sets.Infinite" [style=dashed, kind="theorem_inclusion", id="arr.thm.sets_uncountable_implies_infinite"];
  "AdditiveGroups = Magmas.Additive.Associative.Unital.Inverse" -> "Magmas.Additive" [kind="forgetful", id="fun.additive_groups_to_additive_magmas"];
  "Algebras(R)" -> "Modules(R)" [kind="forgetful", id="fun.algebras_to_modules"];
  "Algebras(R)" -> Sets [kind="forgetful", id="fun.algebras_to_sets"];
  "Bialgebras(R)" -> "Algebras(R)" [kind="forgetful", id="fun.bialgebras_to_algebras"];
  "Coalgebras(R)" -> "Modules(R)" [kind="forgetful", id="fun.coalgebras_to_modules"];
  "Domains = Rings.Domain" -> Rings [kind="full_inclusion", id="fun.domains_to_rings"];
  Fields -> Sets [kind="forgetful", id="fun.fields_to_sets"];
  "Groups = Magmas.Associative.Unital.Inverse" -> Magmas [kind="forgetful", id="fun.groups_to_magmas"];
  "HopfAlgebras(R)" -> "Bialgebras(R)" [kind="forgetful", id="fun.hopf_to_bialgebras"];
  "IntegralDomains = Domains.Commutative" -> Fields [kind="forgetful", id="fun.integral_domains_to_fields"];
  "LieAlgebras(R)" -> "Algebras(R)" [kind="forgetful", id="fun.lie_to_algebras"];
  Manifolds -> Sets [kind="forgetful", id="fun.manifolds_to_sets"];
  MetricSpaces -> Sets [kind="forgetful", id="fun.metricspaces_to_sets"];
  "Modules(R)" -> Sets [kind="forgetful", id="fun.modules_to_sets"];
  Posets -> Sets [kind="forgetful", id="fun.posets_to_sets"];
  Rings -> Magmas [kind="forgetful", id="fun.rings_to_multiplicative_magmas"];
  Rings -> Sets [kind="forgetful", id="fun.rings_to_sets"];
  "UnitalAlgebras = Algebras.Associative.Unital" -> Magmas [kind="forgetful", id="fun.unital_algebras_to_magmas"];
  "Magmas.Additive" -> Magmas [kind="full_inclusion", id="arr.incl.additive_magmas_to_magmas"];
  "AdditiveGroups = Magmas.Additive.Associative.Unital.Inverse" -> Magmas [kind="forgetful", id="fun.additive_groups_to_magmas"];
  "Bimodules(R,R)" -> "Bimodules(R,S)" [kind="full_inclusion", id="arr.dot.bimodulesdiagonal__bimodules"];
  "Algebras(R)" -> "Bimodules(R,R)" [kind="forgetful", id="fun.algebras_to_bimodules"];
  "Bimodules(K,K) = Bimodules(R,R).OverField" -> "Bimodules(R,R)" [kind="full_inclusion", id="arr.dot.bimodulesfield__bimodulesdiagonal"];
  "VectorSpaces(K) = Modules.OverField" -> "Bimodules(K,K) = Bimodules(R,R).OverField" [kind="full_inclusion", id="fun.vectorspaces_central_section"];
  "AlgebrasOverField = Algebras.OverField" -> "Bimodules(K,K) = Bimodules(R,R).OverField" [kind="forgetful", id="fun.algebras_over_field_to_bimodules"];
  Sets -> "Monoids = Magmas.Associative.Unital" [kind="left_adjoint", id="fun.free.monoid"];
  Sets -> "Groups = Magmas.Associative.Unital.Inverse" [kind="left_adjoint", id="fun.free.group"];
  Sets -> "AdditiveAbelianGroups = AdditiveGroups.Commutative" [kind="left_adjoint", id="fun.free.abelian_group"];
  Sets -> "Modules(R)" [kind="left_adjoint", id="fun.free.module_r"];
  "Modules(R)" -> "UnitalAlgebras = Algebras.Associative.Unital" [kind="left_adjoint", id="fun.tensor_algebra"];
  Sets -> "UnitalAlgebras = Algebras.Associative.Unital" [kind="left_adjoint", id="fun.free.associative_algebra_set"];
  "Modules(R)" -> "CommAlgebras = UnitalAlgebras.Commutative" [kind="left_adjoint", id="fun.symmetric_algebra"];
  Sets -> "CommAlgebras = UnitalAlgebras.Commutative" [kind="left_adjoint", id="fun.free.commutative_algebra_set"];
  "Monoids = Magmas.Associative.Unital" -> "Bialgebras(R)" [kind="left_adjoint", id="fun.monoid_algebra"];
  "Groups = Magmas.Associative.Unital.Inverse" -> "HopfAlgebras(R)" [kind="left_adjoint", id="fun.group_algebra"];
  "Bialgebras(R)" -> "Monoids = Magmas.Associative.Unital" [kind="right_adjoint", id="fun.grouplike_elements"];
  "HopfAlgebras(R)" -> "Groups = Magmas.Associative.Unital.Inverse" [kind="right_adjoint", id="fun.grouplike_elements_hopf"];
  "BiAct(R,S)" -> "Modules(R)" [kind="pullback_projection", id="arr.proj.biact__modules"];
  "BiAct(R,S)" -> "RightModules(R)" [kind="pullback_projection", id="arr.proj.biact__rightmodules"];
  "Bimodules(R,S)" -> "BiAct(R,S)" [style=dotted, kind="classifier_leg", id="arr.clf.biact.commutation"];
  "BasisFrame_n(R)" -> "GenFrame_n(R)" [kind="full_inclusion", id="arr.frame.basisframe__genframe"];
  "BasisFrame_n(R)" -> "Coord_n(R)" [kind="forgetful", id="arr.frame.basisframe__coord"];
  "GenFrame_n(R)" -> "Modules(R)" [kind="forgetful", id="arr.frame.genframe__modules"];
  "Coord_n(R)" -> "Modules(R)" [kind="forgetful", id="arr.frame.coord__modules"];
+   "SymMat_n(R)" -> "Bil^coord_n(R) = Bil x^h_{R-Mod} Coord_n(R)" [color="#6a1b9a", kind="construction", id="fun.gram_n"];
+   "Bil^coord_n(R) = Bil x^h_{R-Mod} Coord_n(R)" -> "∫Bil_R(W)" [kind="pullback_projection", id="arr.proj.bil_coord__int_bil"];
+   "Bil^coord_n(R) = Bil x^h_{R-Mod} Coord_n(R)" -> "Coord_n(R)" [kind="pullback_projection", id="arr.proj.bil_coord__coord"];
}
